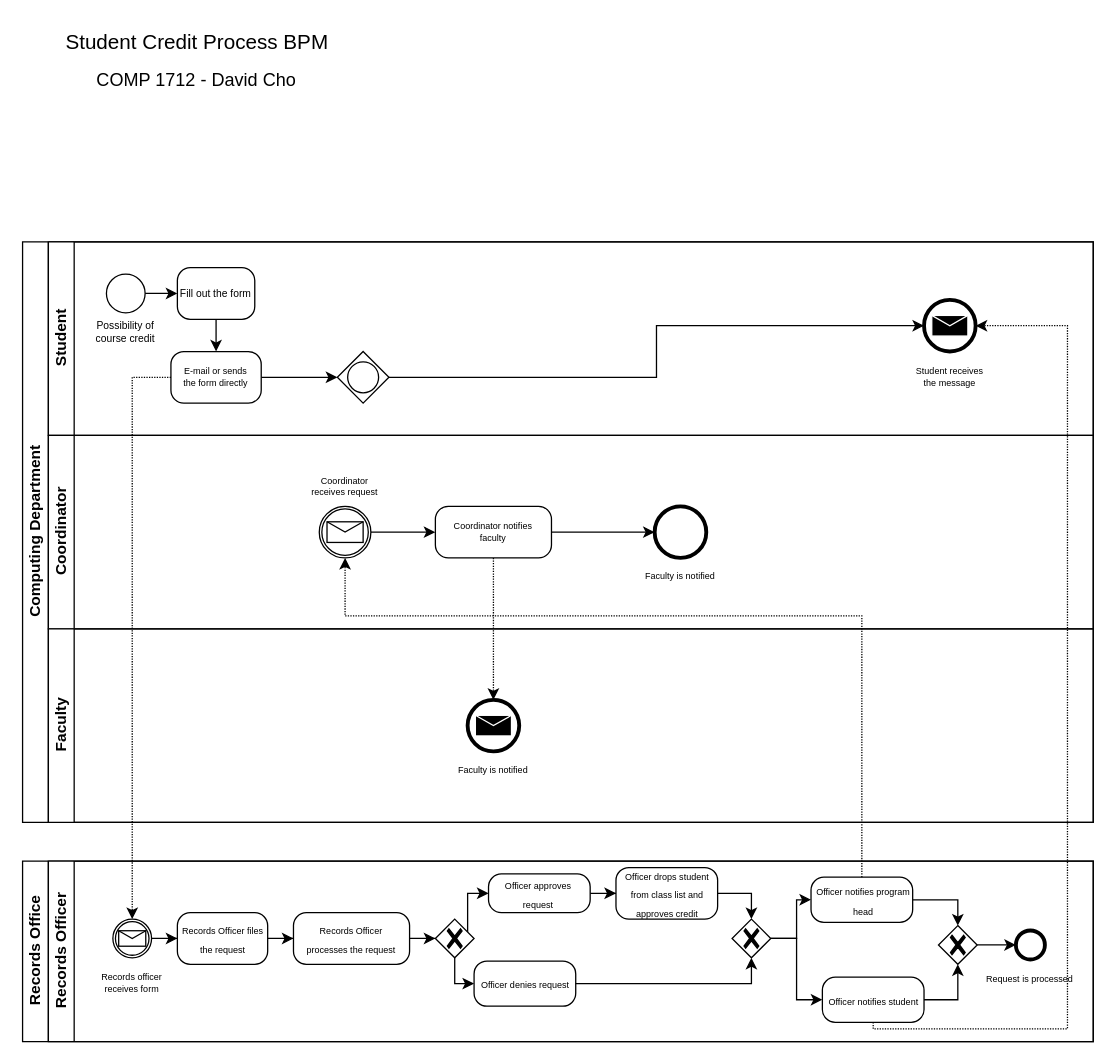
Earlier version of the draw.io diagram Untitled Diagram.drawio (gdcho/comp1712). Source tidied: cells renumbered, new cells numbered last; positions are measured from the earlier drawing's top-left corner, leaving out a move shared by most shapes. Both pictures are drawn from the tidied source at 129%, with x=0, y=0 at pixel (22, 22).
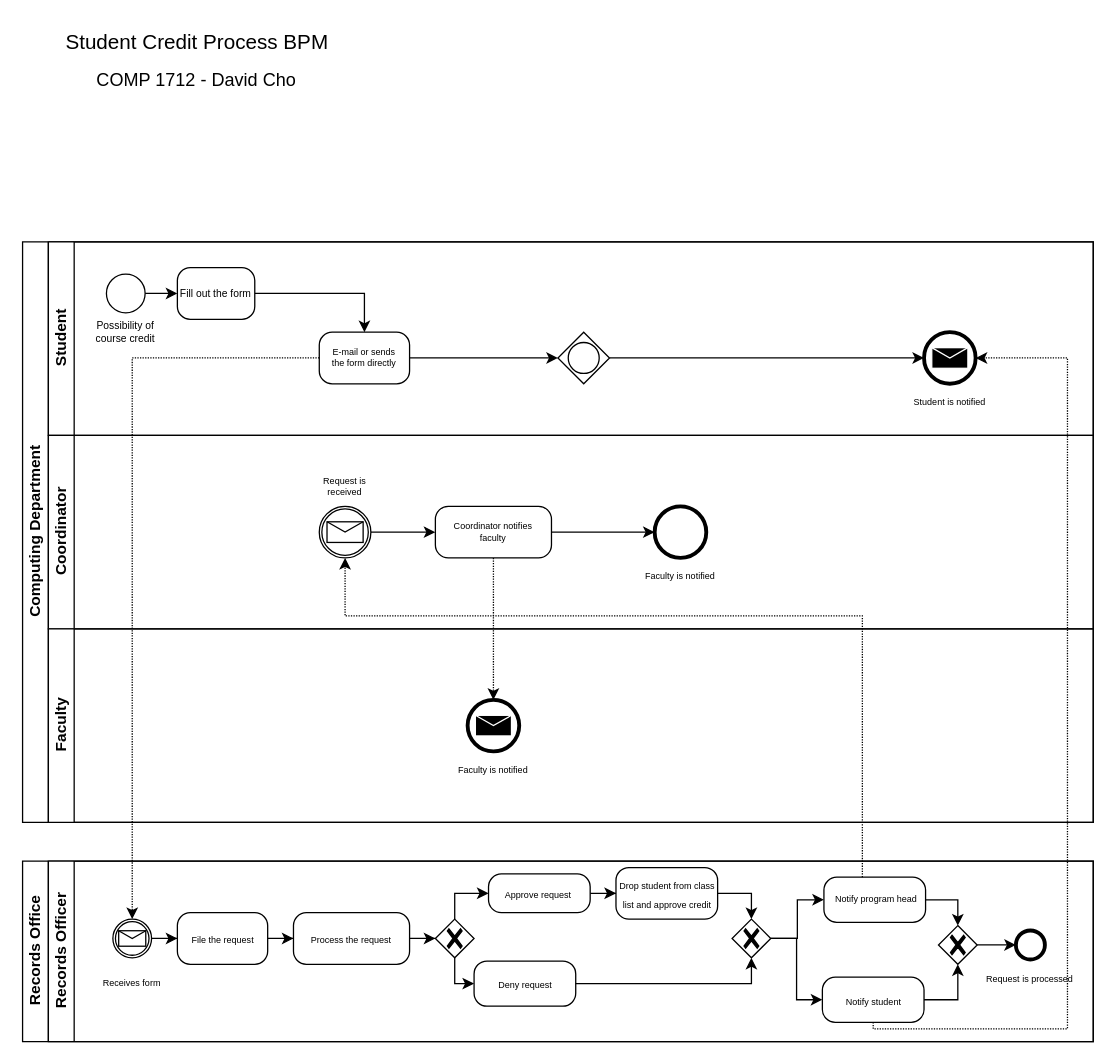
Above is the later version.

The change refers to these unchanged cells:
```xml
<mxCell id="3" value="Student" style="swimlane;startSize=20;horizontal=0;html=1;" parent="2" vertex="1">
  <mxGeometry x="20" width="810" height="150" as="geometry" />
</mxCell>
<mxCell id="8" value="Fill out the form" style="points=[[0.25,0,0],[0.5,0,0],[0.75,0,0],[1,0.25,0],[1,0.5,0],[1,0.75,0],[0.75,1,0],[0.5,1,0],[0.25,1,0],[0,0.75,0],[0,0.5,0],[0,0.25,0]];shape=mxgraph.bpmn.task;whiteSpace=wrap;rectStyle=rounded;size=10;html=1;taskMarker=abstract;fontSize=8;" parent="3" vertex="1">
  <mxGeometry x="100" y="20" width="60" height="40" as="geometry" />
</mxCell>
<mxCell id="16" value="Coordinator" style="swimlane;startSize=20;horizontal=0;html=1;" parent="2" vertex="1">
  <mxGeometry x="20" y="150" width="810" height="150" as="geometry" />
</mxCell>
<mxCell id="30" value="Records Officer" style="swimlane;startSize=20;horizontal=0;html=1;" parent="29" vertex="1">
  <mxGeometry x="20" width="810" height="140" as="geometry" />
</mxCell>
<mxCell id="42" style="points=[[0.25,0.25,0],[0.5,0,0],[0.75,0.25,0],[1,0.5,0],[0.75,0.75,0],[0.5,1,0],[0.25,0.75,0],[0,0.5,0]];shape=mxgraph.bpmn.gateway2;html=1;verticalLabelPosition=bottom;labelBackgroundColor=#ffffff;verticalAlign=top;align=center;perimeter=rhombusPerimeter;outlineConnect=0;outline=none;symbol=none;gwType=exclusive;" parent="30" vertex="1">
  <mxGeometry x="300" y="45" width="30" height="30" as="geometry" />
</mxCell>
<mxCell id="44" style="points=[[0.25,0,0],[0.5,0,0],[0.75,0,0],[1,0.25,0],[1,0.5,0],[1,0.75,0],[0.75,1,0],[0.5,1,0],[0.25,1,0],[0,0.75,0],[0,0.5,0],[0,0.25,0]];shape=mxgraph.bpmn.task;whiteSpace=wrap;rectStyle=rounded;size=10;html=1;taskMarker=abstract;" parent="30" vertex="1">
  <mxGeometry x="341.2" y="10" width="78.8" height="30" as="geometry" />
</mxCell>
<mxCell id="59" style="points=[[0.25,0,0],[0.5,0,0],[0.75,0,0],[1,0.25,0],[1,0.5,0],[1,0.75,0],[0.75,1,0],[0.5,1,0],[0.25,1,0],[0,0.75,0],[0,0.5,0],[0,0.25,0]];shape=mxgraph.bpmn.task;whiteSpace=wrap;rectStyle=rounded;size=10;html=1;taskMarker=abstract;" parent="30" vertex="1">
  <mxGeometry x="600" y="90" width="78.8" height="35" as="geometry" />
</mxCell>
```

Change to the diagram source:
```diff
@@
-    <mxCell id="7" style="edgeStyle=orthogonalEdgeStyle;rounded=0;jettySize=auto;html=1;entryX=0.5;entryY=0;entryDx=0;entryDy=0;entryPerimeter=0;" parent="3" edge="1" source="8" target="10">
+    <mxCell id="7" style="edgeStyle=orthogonalEdgeStyle;rounded=0;jettySize=auto;html=1;entryX=0.5;entryY=0;entryDx=0;entryDy=0;entryPerimeter=0;fontSize=14;" parent="3" edge="1" source="8" target="10">
       <mxGeometry relative="1" as="geometry" />
     </mxCell>
@@
     <mxCell id="10" style="points=[[0.25,0,0],[0.5,0,0],[0.75,0,0],[1,0.25,0],[1,0.5,0],[1,0.75,0],[0.75,1,0],[0.5,1,0],[0.25,1,0],[0,0.75,0],[0,0.5,0],[0,0.25,0]];shape=mxgraph.bpmn.task;whiteSpace=wrap;rectStyle=rounded;size=10;html=1;taskMarker=abstract;" parent="3" vertex="1">
-      <mxGeometry x="95" y="85" width="70" height="40" as="geometry" />
+      <mxGeometry x="210" y="70" width="70" height="40" as="geometry" />
     </mxCell>
-    <mxCell id="11" value="E-mail or sends the form directly" style="text;html=1;strokeColor=none;fillColor=none;align=center;verticalAlign=middle;whiteSpace=wrap;rounded=0;fontSize=7;" parent="3" vertex="1">
-      <mxGeometry x="100" y="90" width="60" height="30" as="geometry" />
-    </mxCell>
@@
     <mxCell id="13" style="points=[[0.25,0.25,0],[0.5,0,0],[0.75,0.25,0],[1,0.5,0],[0.75,0.75,0],[0.5,1,0],[0.25,0.75,0],[0,0.5,0]];shape=mxgraph.bpmn.gateway2;html=1;verticalLabelPosition=bottom;labelBackgroundColor=#ffffff;verticalAlign=top;align=center;perimeter=rhombusPerimeter;outlineConnect=0;outline=standard;symbol=general;" parent="3" vertex="1">
-      <mxGeometry x="224" y="85" width="40" height="40" as="geometry" />
+      <mxGeometry x="395" y="70" width="40" height="40" as="geometry" />
     </mxCell>
     <mxCell id="14" style="points=[[0.145,0.145,0],[0.5,0,0],[0.855,0.145,0],[1,0.5,0],[0.855,0.855,0],[0.5,1,0],[0.145,0.855,0],[0,0.5,0]];shape=mxgraph.bpmn.event;html=1;verticalLabelPosition=bottom;labelBackgroundColor=#ffffff;verticalAlign=top;align=center;perimeter=ellipsePerimeter;outlineConnect=0;outline=end;symbol=message;" parent="3" vertex="1">
-      <mxGeometry x="678.8" y="45" width="40" height="40" as="geometry" />
+      <mxGeometry x="678.8" y="70" width="40" height="40" as="geometry" />
     </mxCell>
-    <mxCell id="15" value="Student receives the message" style="text;html=1;strokeColor=none;fillColor=none;align=center;verticalAlign=middle;whiteSpace=wrap;rounded=0;fontSize=7;" parent="3" vertex="1">
-      <mxGeometry x="668.8" y="90" width="60" height="30" as="geometry" />
+    <mxCell id="15" value="Student is notified" style="text;html=1;strokeColor=none;fillColor=none;align=center;verticalAlign=middle;whiteSpace=wrap;rounded=0;fontSize=7;" parent="3" vertex="1">
+      <mxGeometry x="668.8" y="110" width="60" height="30" as="geometry" />
     </mxCell>
+    <mxCell id="11" value="E-mail or sends the form directly" style="text;html=1;strokeColor=none;fillColor=none;align=center;verticalAlign=middle;whiteSpace=wrap;rounded=0;fontSize=7;" parent="3" vertex="1">
+      <mxGeometry x="215" y="75" width="60" height="30" as="geometry" />
+    </mxCell>
@@
-    <mxCell id="19" value="Coordinator receives request" style="text;html=1;strokeColor=none;fillColor=none;align=center;verticalAlign=middle;whiteSpace=wrap;rounded=0;fontSize=7;" parent="16" vertex="1">
+    <mxCell id="19" value="Request is received" style="text;html=1;strokeColor=none;fillColor=none;align=center;verticalAlign=middle;whiteSpace=wrap;rounded=0;fontSize=7;" parent="16" vertex="1">
       <mxGeometry x="200" y="25" width="60" height="30" as="geometry" />
     </mxCell>
@@
-    <mxCell id="33" value="Records officer receives form" style="text;html=1;strokeColor=none;fillColor=none;align=center;verticalAlign=middle;whiteSpace=wrap;rounded=0;fontSize=7;" parent="30" vertex="1">
+    <mxCell id="33" value="Receives form" style="text;html=1;strokeColor=none;fillColor=none;align=center;verticalAlign=middle;whiteSpace=wrap;rounded=0;fontSize=7;" parent="30" vertex="1">
       <mxGeometry x="35" y="80" width="60" height="30" as="geometry" />
     </mxCell>
@@
-    <mxCell id="36" value="&lt;font style=&quot;font-size: 7px;&quot;&gt;Records Officer files the request&lt;br&gt;&lt;/font&gt;" style="text;html=1;strokeColor=none;fillColor=none;align=center;verticalAlign=middle;whiteSpace=wrap;rounded=0;" parent="30" vertex="1">
+    <mxCell id="36" value="&lt;font style=&quot;font-size: 7px;&quot;&gt;File the request&lt;br&gt;&lt;/font&gt;" style="text;html=1;strokeColor=none;fillColor=none;align=center;verticalAlign=middle;whiteSpace=wrap;rounded=0;" parent="30" vertex="1">
       <mxGeometry x="102.5" y="47.5" width="65" height="25" as="geometry" />
     </mxCell>
@@
-    <mxCell id="39" value="&lt;font style=&quot;font-size: 7px;&quot;&gt;Records Officer processes the request&lt;br&gt;&lt;/font&gt;" style="text;html=1;strokeColor=none;fillColor=none;align=center;verticalAlign=middle;whiteSpace=wrap;rounded=0;" parent="30" vertex="1">
+    <mxCell id="39" value="&lt;font style=&quot;font-size: 7px;&quot;&gt;Process the request&lt;br&gt;&lt;/font&gt;" style="text;html=1;strokeColor=none;fillColor=none;align=center;verticalAlign=middle;whiteSpace=wrap;rounded=0;" parent="30" vertex="1">
       <mxGeometry x="196.2" y="47.5" width="77.5" height="25" as="geometry" />
     </mxCell>
     <mxCell id="40" style="edgeStyle=orthogonalEdgeStyle;rounded=0;jettySize=auto;html=1;entryX=0;entryY=0.5;entryDx=0;entryDy=0;entryPerimeter=0;" parent="30" edge="1" source="42" target="44">
       <mxGeometry relative="1" as="geometry">
         <Array as="points">
-          <mxPoint x="325" y="25" />
+          <mxPoint x="315" y="25" />
         </Array>
       </mxGeometry>
     </mxCell>
@@
-    <mxCell id="46" value="&lt;font style=&quot;font-size: 7px;&quot;&gt;Officer approves request&lt;br&gt;&lt;/font&gt;" style="text;html=1;strokeColor=none;fillColor=none;align=center;verticalAlign=middle;whiteSpace=wrap;rounded=0;" parent="30" vertex="1">
+    <mxCell id="46" value="&lt;font style=&quot;font-size: 7px;&quot;&gt;Approve request&lt;br&gt;&lt;/font&gt;" style="text;html=1;strokeColor=none;fillColor=none;align=center;verticalAlign=middle;whiteSpace=wrap;rounded=0;" parent="30" vertex="1">
       <mxGeometry x="341.2" y="16.2" width="77.5" height="17.5" as="geometry" />
     </mxCell>
@@
-    <mxCell id="48" value="&lt;font style=&quot;font-size: 7px;&quot;&gt;Officer denies request&lt;br&gt;&lt;/font&gt;" style="text;html=1;strokeColor=none;fillColor=none;align=center;verticalAlign=middle;whiteSpace=wrap;rounded=0;" parent="30" vertex="1">
+    <mxCell id="48" value="&lt;font style=&quot;font-size: 7px;&quot;&gt;Deny request&lt;br&gt;&lt;/font&gt;" style="text;html=1;strokeColor=none;fillColor=none;align=center;verticalAlign=middle;whiteSpace=wrap;rounded=0;" parent="30" vertex="1">
       <mxGeometry x="331.2" y="82.5" width="77.5" height="25" as="geometry" />
     </mxCell>
@@
-    <mxCell id="51" value="&lt;font style=&quot;font-size: 7px;&quot;&gt;Officer drops student from class list and approves credit&lt;br&gt;&lt;/font&gt;" style="text;html=1;strokeColor=none;fillColor=none;align=center;verticalAlign=middle;whiteSpace=wrap;rounded=0;" parent="30" vertex="1">
+    <mxCell id="51" value="&lt;font style=&quot;font-size: 7px;&quot;&gt;Drop student from class list and approve credit&lt;br&gt;&lt;/font&gt;" style="text;html=1;strokeColor=none;fillColor=none;align=center;verticalAlign=middle;whiteSpace=wrap;rounded=0;" parent="30" vertex="1">
       <mxGeometry x="441.2" y="16.2" width="77.5" height="17.5" as="geometry" />
     </mxCell>
@@
     <mxCell id="56" style="points=[[0.25,0,0],[0.5,0,0],[0.75,0,0],[1,0.25,0],[1,0.5,0],[1,0.75,0],[0.75,1,0],[0.5,1,0],[0.25,1,0],[0,0.75,0],[0,0.5,0],[0,0.25,0]];shape=mxgraph.bpmn.task;whiteSpace=wrap;rectStyle=rounded;size=10;html=1;taskMarker=abstract;" parent="30" vertex="1">
-      <mxGeometry x="591.2" y="12.5" width="78.8" height="35" as="geometry" />
+      <mxGeometry x="601.2" y="12.5" width="78.8" height="35" as="geometry" />
     </mxCell>
-    <mxCell id="57" value="&lt;font style=&quot;font-size: 7px;&quot;&gt;Officer notifies program head&lt;br&gt;&lt;/font&gt;" style="text;html=1;strokeColor=none;fillColor=none;align=center;verticalAlign=middle;whiteSpace=wrap;rounded=0;" parent="30" vertex="1">
-      <mxGeometry x="592.5" y="17.5" width="77.5" height="25" as="geometry" />
+    <mxCell id="57" value="&lt;font style=&quot;font-size: 7px;&quot;&gt;Notify program head&lt;br&gt;&lt;/font&gt;" style="text;html=1;strokeColor=none;fillColor=none;align=center;verticalAlign=middle;whiteSpace=wrap;rounded=0;" parent="30" vertex="1">
+      <mxGeometry x="602.5" y="15" width="77.5" height="25" as="geometry" />
     </mxCell>
@@
-    <mxCell id="60" value="&lt;font style=&quot;font-size: 7px;&quot;&gt;Officer notifies student&lt;br&gt;&lt;/font&gt;" style="text;html=1;strokeColor=none;fillColor=none;align=center;verticalAlign=middle;whiteSpace=wrap;rounded=0;" parent="30" vertex="1">
+    <mxCell id="60" value="&lt;font style=&quot;font-size: 7px;&quot;&gt;Notify student&lt;br&gt;&lt;/font&gt;" style="text;html=1;strokeColor=none;fillColor=none;align=center;verticalAlign=middle;whiteSpace=wrap;rounded=0;" parent="30" vertex="1">
       <mxGeometry x="601.2" y="95" width="77.5" height="25" as="geometry" />
     </mxCell>
@@
     <mxCell id="66" style="edgeStyle=orthogonalEdgeStyle;rounded=0;jettySize=auto;html=1;entryX=1;entryY=0.5;entryDx=0;entryDy=0;entryPerimeter=0;dashed=1;dashPattern=1 1;" parent="1" edge="1" source="59" target="14">
       <mxGeometry relative="1" as="geometry">
         <Array as="points">
           <mxPoint x="659" y="780" />
           <mxPoint x="810" y="780" />
-          <mxPoint x="810" y="235" />
+          <mxPoint x="810" y="260" />
         </Array>
       </mxGeometry>
     </mxCell>
```
